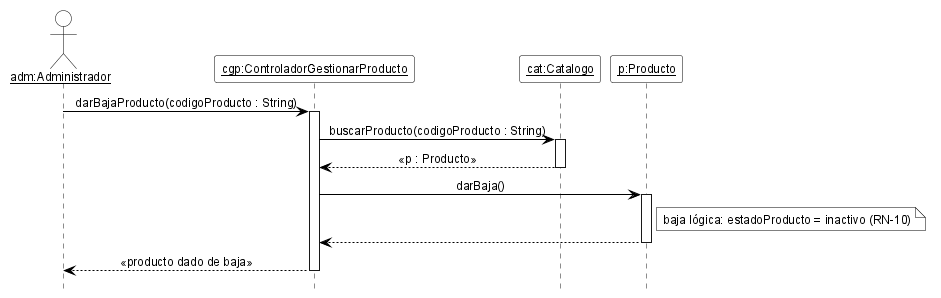
The PlantUML diagram 08-Diagrama De Secuencia/DSD_CU-04_darBajaProducto.png in cirotop/Stock-Project, before a commit. Source of this version:
```plantuml
@startuml DSD_CU-04_darBajaProducto
hide footbox
skinparam shadowing false
skinparam defaultFontName Arial
skinparam defaultFontSize 12
skinparam sequenceMessageAlign center
skinparam ArrowColor black
skinparam ParticipantBackgroundColor white
skinparam ParticipantBorderColor black
skinparam ActorBackgroundColor white
skinparam ActorBorderColor black
skinparam LifeLineBorderColor black
skinparam LifeLineBackgroundColor white
skinparam SequenceGroupBackgroundColor white
skinparam SequenceGroupBorderColor black
skinparam SequenceGroupHeaderFontColor black
skinparam NoteBackgroundColor white
skinparam NoteBorderColor black

actor "<u>adm:Administrador</u>" as adm
participant "<u>cgp:ControladorGestionarProducto</u>" as cgp
participant "<u>cat:Catalogo</u>" as cat
participant "<u>p:Producto</u>" as p

adm -> cgp ++ : darBajaProducto(codigoProducto : String)
cgp -> cat ++ : buscarProducto(codigoProducto : String)
cat --> cgp -- : «p : Producto»
cgp -> p ++ : darBaja()
note right of p : baja lógica: estadoProducto = inactivo (RN-10)
p --> cgp --
cgp --> adm -- : «producto dado de baja»

@enduml
```
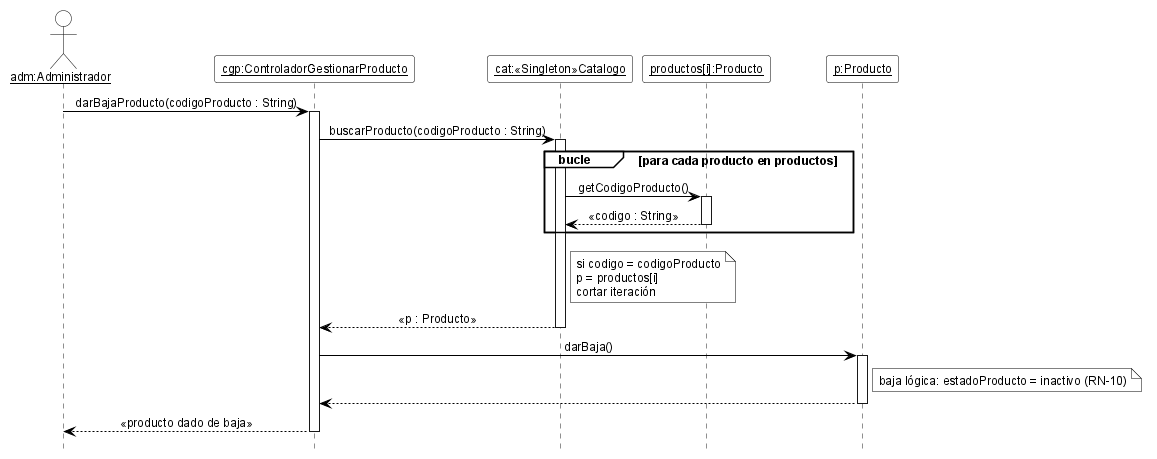
The same diagram one commit later.

What changed in the source:
```diff
@@ -7,6 +7,8 @@
 skinparam ArrowColor black
 skinparam ParticipantBackgroundColor white
 skinparam ParticipantBorderColor black
+skinparam CollectionsBackgroundColor white
+skinparam CollectionsBorderColor black
 skinparam ActorBackgroundColor white
 skinparam ActorBorderColor black
 skinparam LifeLineBorderColor black
@@ -19,11 +21,21 @@
 
 actor "<u>adm:Administrador</u>" as adm
 participant "<u>cgp:ControladorGestionarProducto</u>" as cgp
-participant "<u>cat:Catalogo</u>" as cat
+participant "<u>cat:«Singleton»Catalogo</u>" as cat
+participant "<u>productos[i]:Producto</u>" as pi
 participant "<u>p:Producto</u>" as p
 
 adm -> cgp ++ : darBajaProducto(codigoProducto : String)
 cgp -> cat ++ : buscarProducto(codigoProducto : String)
+group bucle [para cada producto en productos]
+  cat -> pi ++ : getCodigoProducto()
+  pi --> cat -- : «codigo : String»
+end
+note right of cat
+  si codigo = codigoProducto
+  p = productos[i]
+  cortar iteración
+end note
 cat --> cgp -- : «p : Producto»
 cgp -> p ++ : darBaja()
 note right of p : baja lógica: estadoProducto = inactivo (RN-10)
```
